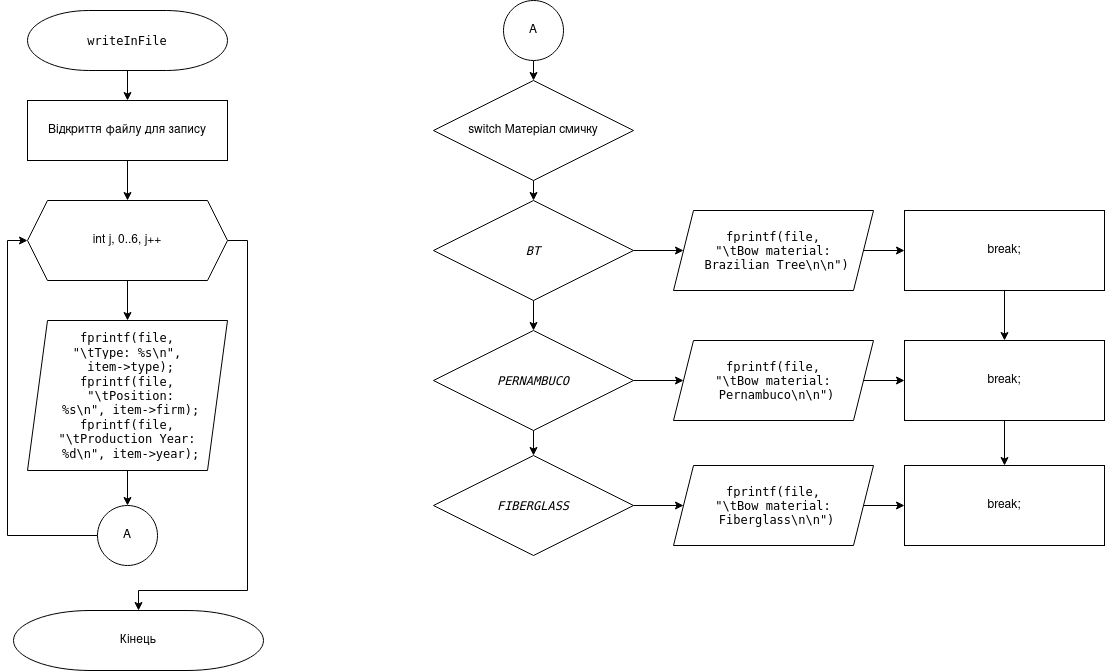
Above: lab15/doc/assets/writeInFile.png in belchinskaya/Programming-Belchinska (draw.io), before the change. Source tidied: cells renumbered, new cells last; positions are measured from the earlier drawing's top-left corner, leaving out a move shared by most shapes.
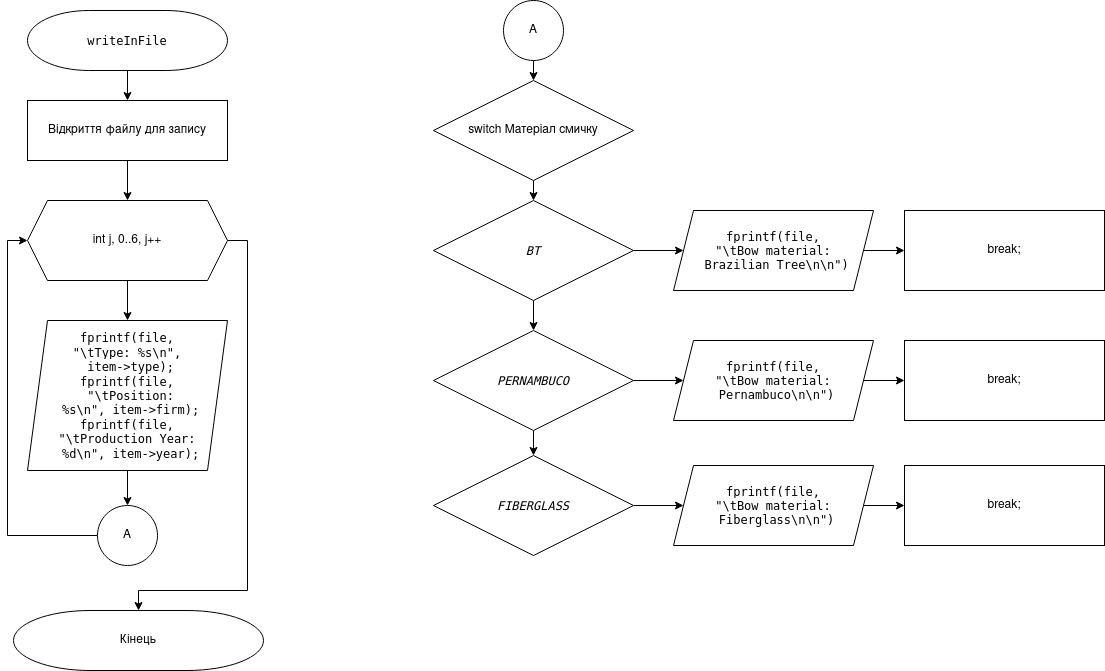
Above is the later version.

The edit, as a diff of the source:
```diff
@@ -98,15 +98,9 @@
     <mxCell id="31" value="A" style="ellipse;whiteSpace=wrap;html=1;" parent="1" vertex="1">
       <mxGeometry x="490" width="60" height="60" as="geometry" />
     </mxCell>
-    <mxCell id="32" style="edgeStyle=orthogonalEdgeStyle;rounded=0;jettySize=auto;html=1;exitX=0.5;exitY=1;exitDx=0;exitDy=0;" parent="1" edge="1" source="33" target="35">
-      <mxGeometry relative="1" as="geometry" />
-    </mxCell>
     <mxCell id="33" value="break;" style="rounded=0;whiteSpace=wrap;html=1;strokeWidth=1;" parent="1" vertex="1">
       <mxGeometry x="891" y="210" width="200" height="80" as="geometry" />
     </mxCell>
-    <mxCell id="34" style="edgeStyle=orthogonalEdgeStyle;rounded=0;jettySize=auto;html=1;exitX=0.5;exitY=1;exitDx=0;exitDy=0;" parent="1" edge="1" source="35" target="36">
-      <mxGeometry relative="1" as="geometry" />
-    </mxCell>
     <mxCell id="35" value="break;" style="rounded=0;whiteSpace=wrap;html=1;strokeWidth=1;" parent="1" vertex="1">
       <mxGeometry x="891" y="340" width="200" height="80" as="geometry" />
     </mxCell>
```
